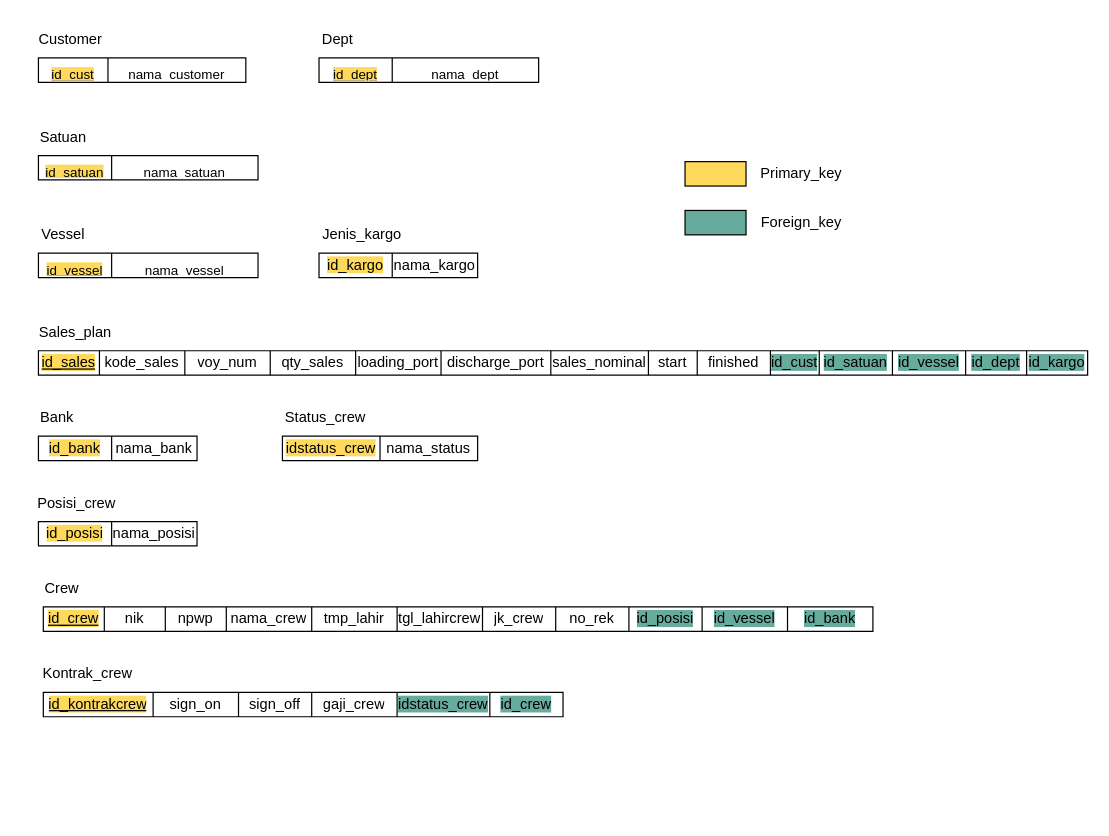
Mabrural/mitra-maritim keeps this draw.io diagram as page "Relational Schema" (3 of 5) of MMM.drawio. Above is the earlier version. Source tidied: cells renumbered, new cells numbered last; positions are measured from the earlier drawing's top-left corner, leaving out a move shared by most shapes. Both pictures are drawn from the tidied source at 122%, with x=0, y=0 at pixel (21, 21).
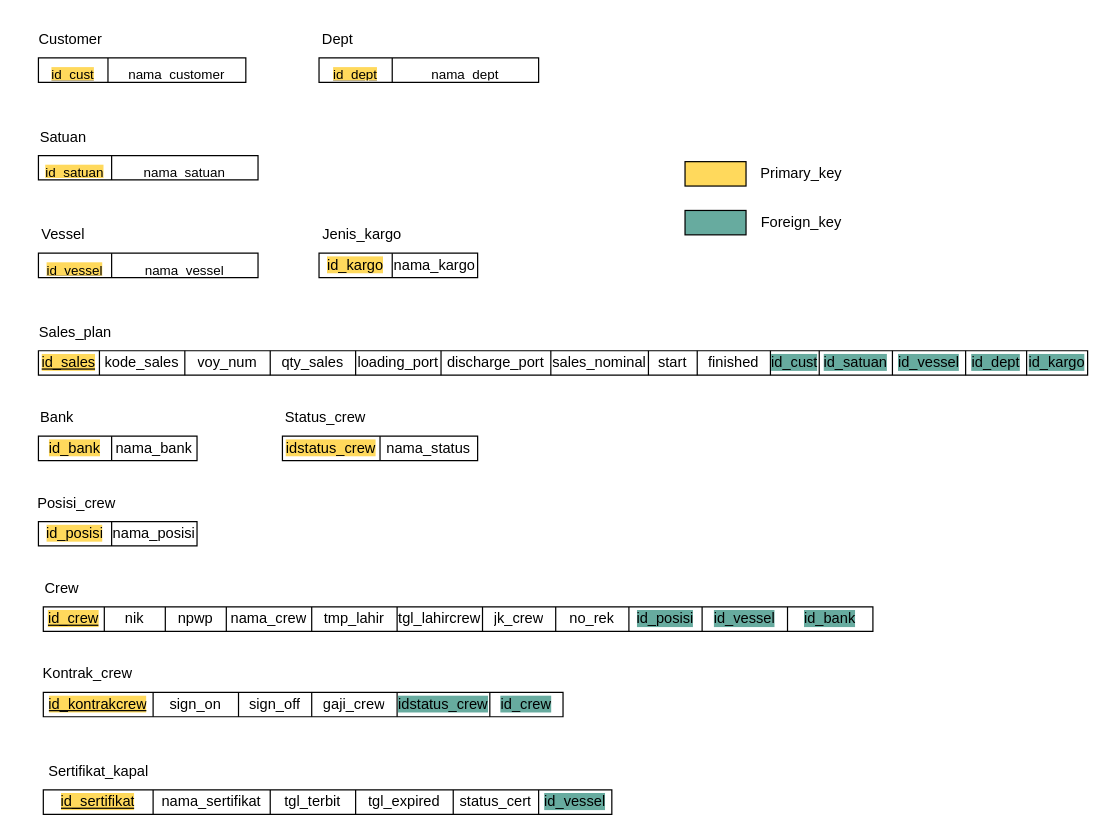
After the change.

Commit message (it also covers changes not shown here):
pembuatan monitoring sertifikat sudah berhasil

What changed in the source:
```diff
@@
+    <mxCell id="86" style="shape=table;startSize=0;childLayout=tableLayout;" parent="1" vertex="1">
+      <mxGeometry x="18" y="630" width="466" height="20" as="geometry" />
+    </mxCell>
+    <mxCell id="87" style="shape=tableRow;horizontal=0;startSize=0;swimlaneHead=0;swimlaneBody=0;strokeColor=inherit;top=0;left=0;bottom=0;right=0;fillColor=none;" parent="86" vertex="1">
+      <mxGeometry width="466" height="20" as="geometry" />
+    </mxCell>
+    <mxCell id="88" value="&lt;u style=&quot;background-color: rgb(255, 217, 92);&quot;&gt;id_sertifikat&lt;/u&gt;" style="shape=partialRectangle;html=1;whiteSpace=wrap;strokeColor=inherit;overflow=hidden;fillColor=none;top=0;left=0;bottom=0;right=0;" parent="87" vertex="1">
+      <mxGeometry width="90" height="20" as="geometry" />
+    </mxCell>
+    <mxCell id="89" value="nama_sertifikat" style="shape=partialRectangle;html=1;whiteSpace=wrap;strokeColor=inherit;overflow=hidden;fillColor=none;top=0;left=0;bottom=0;right=0;" parent="87" vertex="1">
+      <mxGeometry x="90" width="96" height="20" as="geometry" />
+    </mxCell>
+    <mxCell id="90" value="tgl_terbit" style="shape=partialRectangle;html=1;whiteSpace=wrap;strokeColor=inherit;overflow=hidden;fillColor=none;top=0;left=0;bottom=0;right=0;" parent="87" vertex="1">
+      <mxGeometry x="186" width="70" height="20" as="geometry" />
+    </mxCell>
+    <mxCell id="91" value="tgl_expired" style="shape=partialRectangle;html=1;whiteSpace=wrap;strokeColor=inherit;overflow=hidden;fillColor=none;top=0;left=0;bottom=0;right=0;" parent="87" vertex="1">
+      <mxGeometry x="256" width="80" height="20" as="geometry" />
+    </mxCell>
+    <mxCell id="92" value="&lt;span style=&quot;background-color: rgb(255, 255, 255);&quot;&gt;status_cert&lt;/span&gt;" style="shape=partialRectangle;html=1;whiteSpace=wrap;strokeColor=inherit;overflow=hidden;fillColor=none;top=0;left=0;bottom=0;right=0;" parent="87" vertex="1">
+      <mxGeometry x="336" width="70" height="20" as="geometry" />
+    </mxCell>
+    <mxCell id="93" value="&lt;span style=&quot;background-color: rgb(103, 171, 159);&quot;&gt;id_vessel&lt;/span&gt;" style="shape=partialRectangle;html=1;whiteSpace=wrap;strokeColor=inherit;overflow=hidden;fillColor=none;top=0;left=0;bottom=0;right=0;" parent="87" vertex="1">
+      <mxGeometry x="406" width="60" height="20" as="geometry" />
+    </mxCell>
+    <mxCell id="94" value="Sertifikat_kapal" style="text;html=1;align=center;verticalAlign=middle;strokeColor=none;fillColor=none;" parent="1" vertex="1">
+      <mxGeometry x="8" y="600" width="110" height="30" as="geometry" />
+    </mxCell>
```
